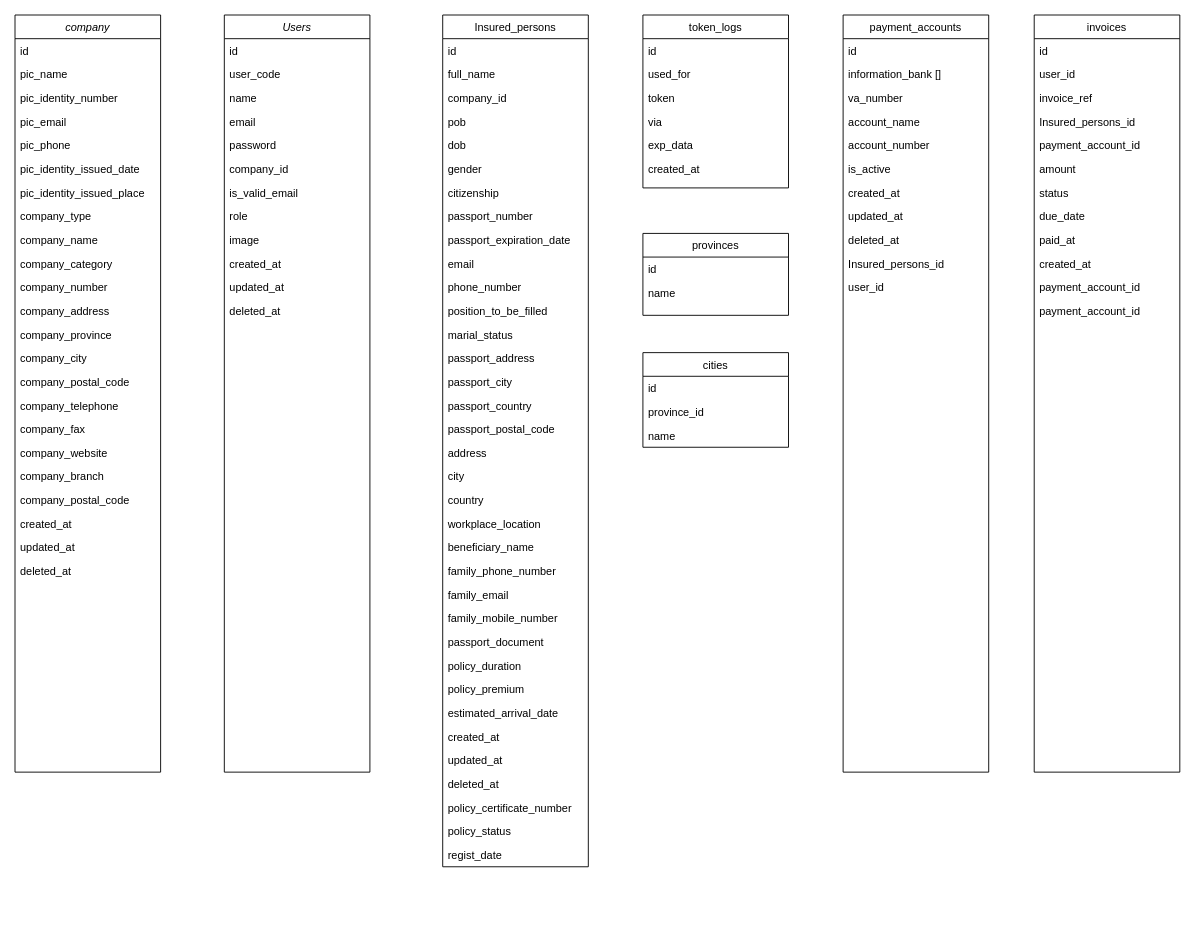
Earlier version of the draw.io diagram Untitled Diagram.drawio (Adamyr159/Workshop). Source tidied: cells renumbered, new cells numbered last; positions are measured from the earlier drawing's top-left corner, leaving out a move shared by most shapes. Both pictures are drawn from the tidied source at 91%, with x=0, y=0 at pixel (15, 15).
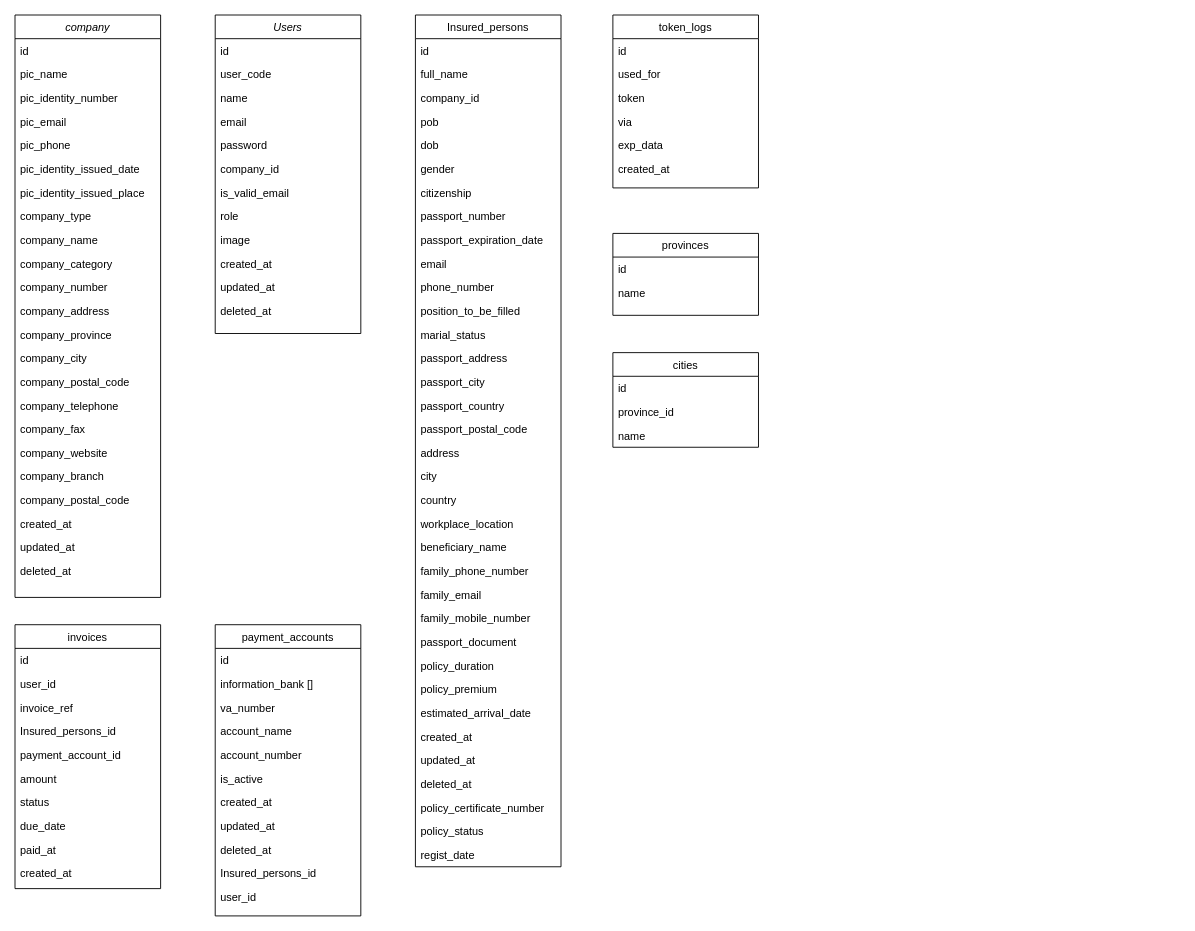
After the change.

Diff of the diagram source:
```diff
@@
     <mxCell id="2" value="Users" style="swimlane;fontStyle=2;align=center;verticalAlign=top;horizontal=1;startSize=26;rounded=0;shadow=0;strokeWidth=1;" parent="1" vertex="1">
-      <mxGeometry x="230" width="160" height="832" as="geometry" />
+      <mxGeometry x="220" width="160" height="350" as="geometry" />
     </mxCell>
@@
     <mxCell id="15" value="Insured_persons" style="swimlane;fontStyle=0;align=center;verticalAlign=top;horizontal=1;startSize=26;rounded=0;shadow=0;strokeWidth=1;" parent="1" vertex="1">
-      <mxGeometry x="470" width="160" height="936" as="geometry" />
+      <mxGeometry x="440" width="160" height="936" as="geometry" />
     </mxCell>
@@
     <mxCell id="51" value="token_logs" style="swimlane;fontStyle=0;align=center;verticalAlign=top;horizontal=1;startSize=26;rounded=0;shadow=0;strokeWidth=1;" parent="1" vertex="1">
-      <mxGeometry x="690" width="160" height="190" as="geometry" />
+      <mxGeometry x="657" width="160" height="190" as="geometry" />
     </mxCell>
@@
     <mxCell id="58" value="payment_accounts" style="swimlane;fontStyle=0;align=center;verticalAlign=top;horizontal=1;startSize=26;rounded=0;shadow=0;strokeWidth=1;" parent="1" vertex="1">
-      <mxGeometry x="910" width="160" height="832" as="geometry" />
+      <mxGeometry x="220" y="670" width="160" height="320" as="geometry" />
     </mxCell>
@@
     <mxCell id="70" value="invoices" style="swimlane;fontStyle=0;align=center;verticalAlign=top;horizontal=1;startSize=26;rounded=0;shadow=0;strokeWidth=1;" parent="1" vertex="1">
-      <mxGeometry x="1120" width="160" height="832" as="geometry" />
+      <mxGeometry y="670" width="160" height="290" as="geometry" />
     </mxCell>
@@
-    <mxCell id="81" value="payment_account_id " style="text;align=left;verticalAlign=top;spacingLeft=4;spacingRight=4;overflow=hidden;" parent="70" vertex="1">
-      <mxGeometry y="286" width="160" height="26" as="geometry" />
-    </mxCell>
-    <mxCell id="82" value="payment_account_id " style="text;align=left;verticalAlign=top;spacingLeft=4;spacingRight=4;overflow=hidden;" parent="70" vertex="1">
-      <mxGeometry y="312" width="160" height="26" as="geometry" />
-    </mxCell>
     <mxCell id="83" value="company" style="swimlane;fontStyle=2;align=center;verticalAlign=top;horizontal=1;startSize=26;rounded=0;shadow=0;strokeWidth=1;" parent="1" vertex="1">
-      <mxGeometry width="160" height="832" as="geometry" />
+      <mxGeometry width="160" height="640" as="geometry" />
     </mxCell>
@@
     <mxCell id="107" value="provinces" style="swimlane;fontStyle=0;align=center;verticalAlign=top;horizontal=1;startSize=26;rounded=0;shadow=0;strokeWidth=1;" parent="1" vertex="1">
-      <mxGeometry x="690" y="240" width="160" height="90" as="geometry" />
+      <mxGeometry x="657" y="240" width="160" height="90" as="geometry" />
     </mxCell>
@@
     <mxCell id="110" value="cities" style="swimlane;fontStyle=0;align=center;verticalAlign=top;horizontal=1;startSize=26;rounded=0;shadow=0;strokeWidth=1;" parent="1" vertex="1">
-      <mxGeometry x="690" y="371" width="160" height="104" as="geometry" />
+      <mxGeometry x="657" y="371" width="160" height="104" as="geometry" />
     </mxCell>
```
